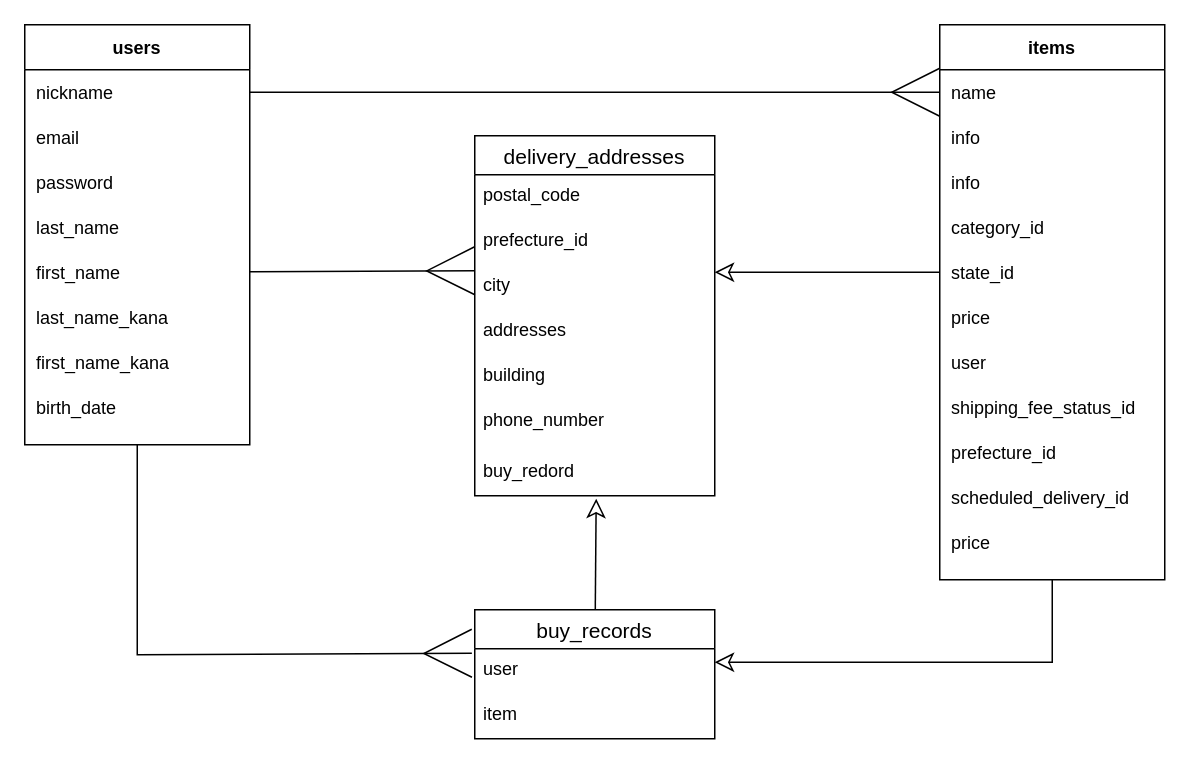
Above: ER.dio in yokichioshima/furima-37359 (draw.io), before the change. Source tidied: cells renumbered, new cells numbered last; positions are measured from the earlier drawing's top-left corner, leaving out a move shared by most shapes. Both pictures are drawn from the tidied source at 150%, with x=0, y=0 at pixel (24, 24).
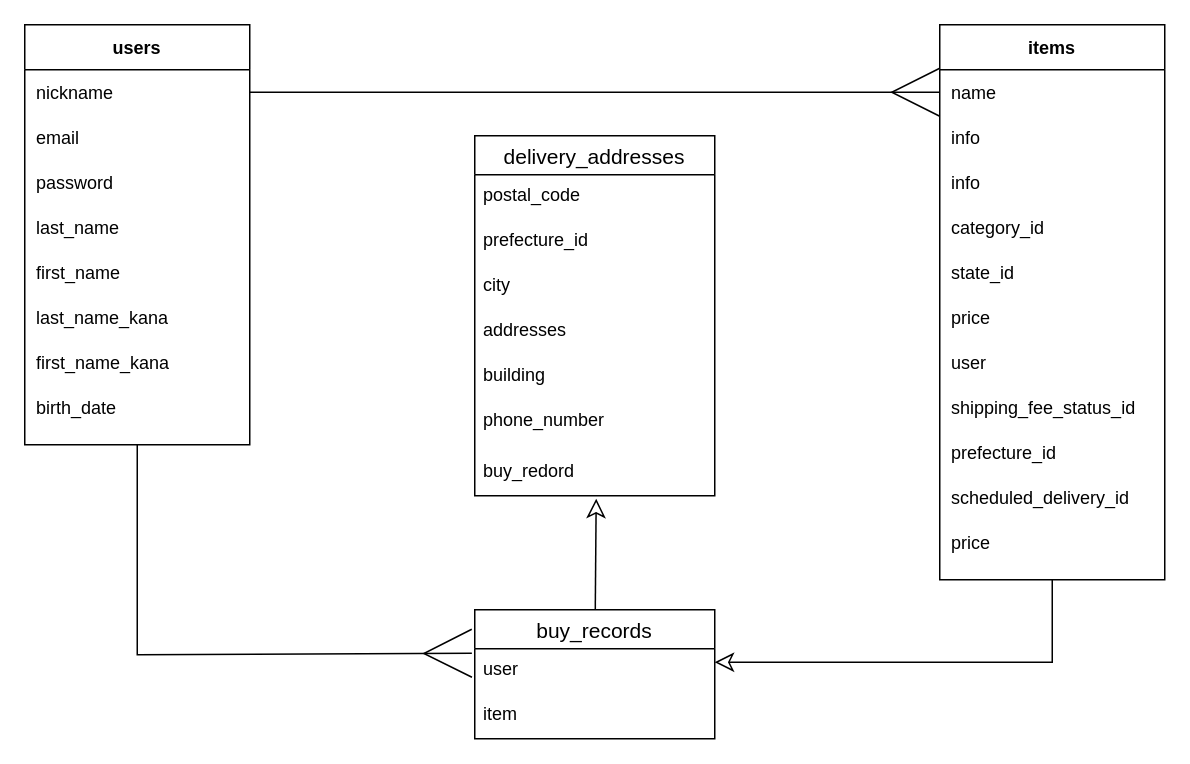
Above is the later version.

Commit message (it also covers changes not shown here):
ER図とREADMEファイルの修正2

Unchanged cells that the change refers to:
```xml
<mxCell id="12" style="shape=partialRectangle;fillColor=none;top=0;left=0;bottom=0;right=0;points=[[0,0.5],[1,0.5]];portConstraint=eastwest;" parent="3" vertex="1">
  <mxGeometry y="150" width="150" height="30" as="geometry" />
</mxCell>
<mxCell id="29" style="shape=partialRectangle;fillColor=none;top=0;left=0;bottom=0;right=0;points=[[0,0.5],[1,0.5]];portConstraint=eastwest;" parent="20" vertex="1">
  <mxGeometry y="150" width="150" height="30" as="geometry" />
</mxCell>
<mxCell id="50" value="city" style="text;strokeColor=none;fillColor=none;spacingLeft=4;spacingRight=4;overflow=hidden;points=[[0,0.5],[1,0.5]];portConstraint=eastwest;fontSize=12;" parent="47" vertex="1">
  <mxGeometry y="86" width="160" height="30" as="geometry" />
</mxCell>
```

Change to the diagram source:
```diff
@@
-    <mxCell id="56" style="edgeStyle=none;html=1;entryX=0;entryY=0.133;entryDx=0;entryDy=0;entryPerimeter=0;endArrow=ERmany;endFill=0;endSize=30;" parent="1" edge="1" source="12" target="50">
-      <mxGeometry relative="1" as="geometry" />
-    </mxCell>
@@
-    <mxCell id="58" style="edgeStyle=none;html=1;entryX=1;entryY=0.167;entryDx=0;entryDy=0;entryPerimeter=0;endArrow=classic;endFill=0;endSize=10;" parent="1" edge="1" source="29" target="50">
-      <mxGeometry relative="1" as="geometry" />
-    </mxCell>
```
